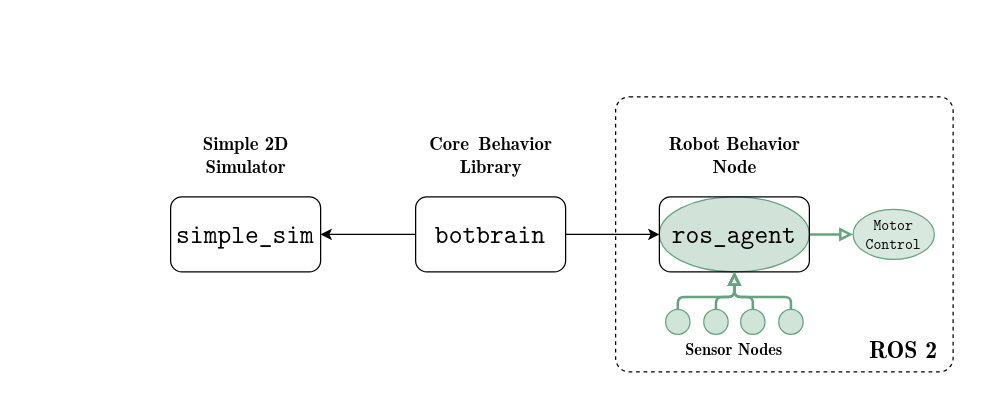
BalderHolst/coordinated-robot-search keeps this draw.io diagram as report/editable-figures/software-structure.drawio. Above is the earlier version. Source tidied: cells renumbered, new cells numbered last; positions are measured from the earlier drawing's top-left corner, leaving out a move shared by most shapes. Both pictures are drawn from the tidied source at 125%, with x=0, y=0 at pixel (21, 84).
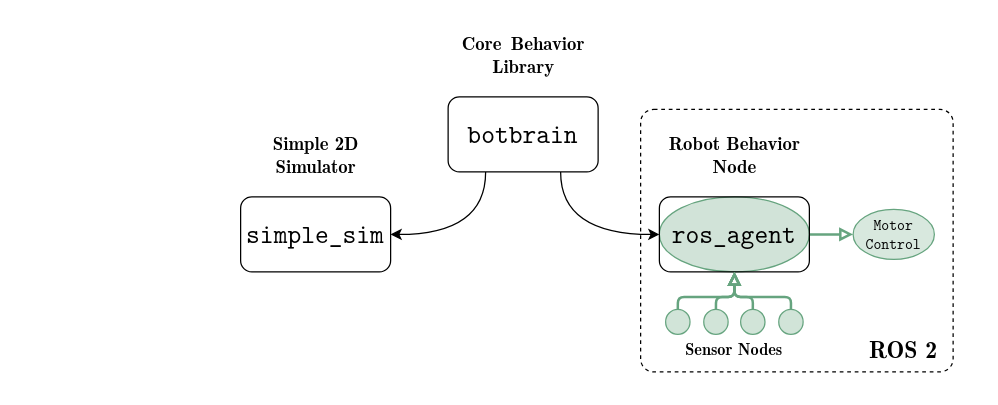
After the change.

The change refers to these unchanged cells:
```xml
<mxCell id="10" style="rounded=1;whiteSpace=wrap;html=1;fontFamily=Latin Modern Mono;fontSize=21;fillColor=none;" parent="1" vertex="1">
  <mxGeometry x="510" y="90" width="120" height="60" as="geometry" />
</mxCell>
```

Change to the diagram source:
```diff
@@
     <mxCell id="2" style="rounded=0;whiteSpace=wrap;html=1;strokeColor=none;" parent="1" vertex="1">
-      <mxGeometry y="10" width="750" height="220" as="geometry" />
+      <mxGeometry x="38.5" y="-50" width="725" height="290" as="geometry" />
     </mxCell>
     <mxCell id="3" style="rounded=1;whiteSpace=wrap;html=1;fillColor=none;dashed=1;fontColor=none;noLabel=1;glass=0;arcSize=5;" parent="1" vertex="1">
-      <mxGeometry x="475" y="10" width="270" height="220" as="geometry" />
+      <mxGeometry x="495" y="20" width="250" height="210" as="geometry" />
     </mxCell>
@@
-    <mxCell id="6" style="edgeStyle=orthogonalEdgeStyle;rounded=0;jettySize=auto;html=1;" parent="1" edge="1" source="8" target="10">
+    <mxCell id="6" style="edgeStyle=orthogonalEdgeStyle;rounded=0;jettySize=auto;html=1;entryX=0;entryY=0.5;entryDx=0;entryDy=0;curved=1;exitX=0.75;exitY=1;exitDx=0;exitDy=0;" parent="1" edge="1" source="8" target="10">
       <mxGeometry relative="1" as="geometry" />
     </mxCell>
-    <mxCell id="7" style="edgeStyle=orthogonalEdgeStyle;rounded=0;jettySize=auto;html=1;" parent="1" edge="1" source="8" target="9">
+    <mxCell id="7" style="edgeStyle=orthogonalEdgeStyle;rounded=0;jettySize=auto;html=1;entryX=1;entryY=0.5;entryDx=0;entryDy=0;curved=1;exitX=0.25;exitY=1;exitDx=0;exitDy=0;" parent="1" edge="1" source="8" target="9">
       <mxGeometry relative="1" as="geometry" />
     </mxCell>
     <mxCell id="8" value="botbrain" style="rounded=1;whiteSpace=wrap;html=1;fontFamily=Latin Modern Mono;fontSize=21;" parent="1" vertex="1">
-      <mxGeometry x="315" y="90" width="120" height="60" as="geometry" />
+      <mxGeometry x="341" y="10" width="120" height="60" as="geometry" />
     </mxCell>
     <mxCell id="9" value="simple_sim" style="rounded=1;whiteSpace=wrap;html=1;fontFamily=Latin Modern Mono;fontSize=21;" parent="1" vertex="1">
-      <mxGeometry x="119" y="90" width="120" height="60" as="geometry" />
+      <mxGeometry x="175" y="90" width="120" height="60" as="geometry" />
     </mxCell>
@@
     <mxCell id="16" value="&lt;div style=&quot;font-size: 15px;&quot;&gt;&lt;span style=&quot;background-color: initial; font-size: 15px;&quot;&gt;Core&amp;nbsp;&lt;/span&gt;&lt;span style=&quot;background-color: initial;&quot;&gt;Behavior&lt;/span&gt;&lt;/div&gt;&lt;div style=&quot;font-size: 15px;&quot;&gt;&lt;span style=&quot;background-color: initial;&quot;&gt;Library&lt;/span&gt;&lt;/div&gt;" style="text;html=1;align=center;verticalAlign=middle;strokeColor=none;fillColor=none;fontFamily=Latin Modern Roman Demi;fontSize=15;" parent="1" vertex="1">
-      <mxGeometry x="315" y="30" width="120" height="50" as="geometry" />
+      <mxGeometry x="341" y="-50" width="120" height="50" as="geometry" />
     </mxCell>
     <mxCell id="17" value="&lt;div style=&quot;font-size: 15px;&quot;&gt;Simple 2D&lt;/div&gt;&lt;div style=&quot;font-size: 15px;&quot;&gt;Simulator&lt;/div&gt;" style="text;html=1;align=center;verticalAlign=middle;strokeColor=none;fillColor=none;fontFamily=Latin Modern Roman Demi;fontSize=15;" parent="1" vertex="1">
-      <mxGeometry x="134" y="30" width="90" height="50" as="geometry" />
+      <mxGeometry x="190" y="30" width="90" height="50" as="geometry" />
     </mxCell>
```
